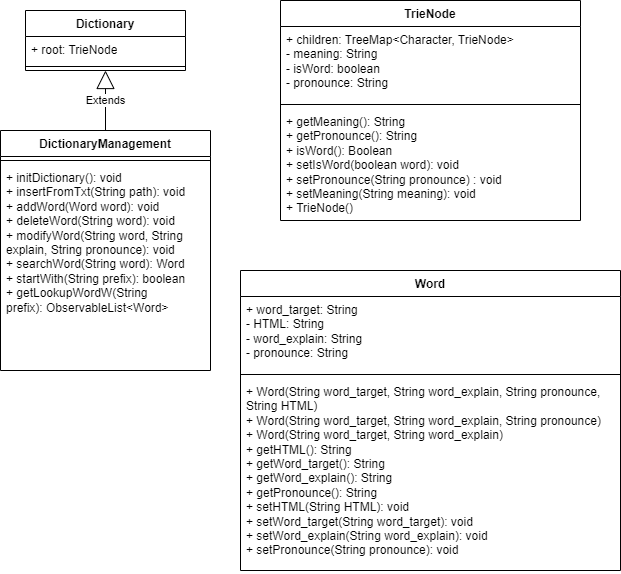
Above: Dictionary.drawio.png in Thangvu21/Project-OOP (draw.io), before the change. Source tidied: cells renumbered, new cells last; positions are measured from the earlier drawing's top-left corner, leaving out a move shared by most shapes.
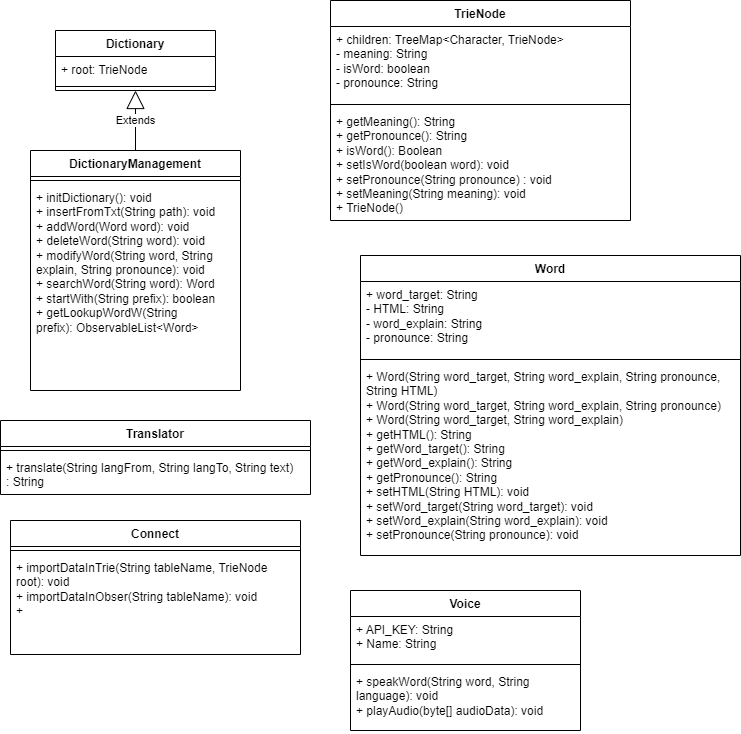
The same diagram one commit later.

What changed in the source:
```diff
@@ -3,7 +3,7 @@
     <mxCell id="0" />
     <mxCell id="1" parent="0" />
     <mxCell id="2" value="TrieNode" style="swimlane;fontStyle=1;align=center;verticalAlign=top;horizontal=1;startSize=26;whiteSpace=wrap;html=1;" parent="1" vertex="1">
-      <mxGeometry x="280" width="300" height="220" as="geometry" />
+      <mxGeometry x="300" y="-20" width="300" height="220" as="geometry" />
     </mxCell>
     <mxCell id="3" value="+ children:&amp;nbsp;TreeMap&amp;lt;Character, TrieNode&amp;gt;&lt;br&gt;- meaning: String&lt;br&gt;- isWord: boolean&lt;br&gt;- pronounce: String" style="text;strokeColor=none;fillColor=none;align=left;verticalAlign=top;spacingLeft=4;spacingRight=4;overflow=hidden;whiteSpace=wrap;html=1;" parent="2" vertex="1">
       <mxGeometry y="26" width="300" height="74" as="geometry" />
@@ -36,7 +36,7 @@
       <mxGeometry relative="1" as="geometry" />
     </mxCell>
     <mxCell id="13" value="Word" style="swimlane;fontStyle=1;align=center;verticalAlign=top;horizontal=1;startSize=26;whiteSpace=wrap;html=1;" parent="1" vertex="1">
-      <mxGeometry x="240" y="270" width="380" height="300" as="geometry" />
+      <mxGeometry x="330" y="235" width="380" height="300" as="geometry" />
     </mxCell>
     <mxCell id="14" value="+ word_target: String&lt;br&gt;- HTML: String&lt;br&gt;- word_explain: String&lt;br&gt;-&amp;nbsp;pronounce: String" style="text;strokeColor=none;fillColor=none;align=left;verticalAlign=top;spacingLeft=4;spacingRight=4;overflow=hidden;whiteSpace=wrap;html=1;" parent="13" vertex="1">
       <mxGeometry y="26" width="380" height="74" as="geometry" />
@@ -47,5 +47,35 @@
     <mxCell id="16" value="+ Word(String word_target, String word_explain, String pronounce, String HTML)&lt;br&gt;+&amp;nbsp;Word(String word_target, String word_explain, String pronounce)&lt;br&gt;+&amp;nbsp;Word(String word_target, String word_explain)&lt;br&gt;+&amp;nbsp;getHTML(): String&lt;br&gt;+&amp;nbsp;getWord_target(): String&lt;br&gt;+&amp;nbsp;getWord_explain(): String&lt;br&gt;+&amp;nbsp;getPronounce(): String&lt;br&gt;+&amp;nbsp;setHTML(String HTML): void&lt;br&gt;+ setWord_target(String word_target): void&lt;br&gt;+&amp;nbsp;setWord_explain(String word_explain): void&lt;br&gt;+&amp;nbsp;setPronounce(String pronounce): void" style="text;strokeColor=none;fillColor=none;align=left;verticalAlign=top;spacingLeft=4;spacingRight=4;overflow=hidden;whiteSpace=wrap;html=1;" parent="13" vertex="1">
       <mxGeometry y="108" width="380" height="192" as="geometry" />
     </mxCell>
+    <mxCell id="17" value="Connect" style="swimlane;fontStyle=1;align=center;verticalAlign=top;horizontal=1;startSize=26;whiteSpace=wrap;html=1;" parent="1" vertex="1">
+      <mxGeometry x="-20" y="500" width="290" height="134" as="geometry" />
+    </mxCell>
+    <mxCell id="18" style="line;strokeWidth=1;fillColor=none;align=left;verticalAlign=middle;spacingTop=-1;spacingLeft=3;spacingRight=3;labelPosition=right;strokeColor=inherit;" parent="17" vertex="1">
+      <mxGeometry y="26" width="290" height="8" as="geometry" />
+    </mxCell>
+    <mxCell id="19" value="+ importDataInTrie(String tableName, TrieNode root): void&lt;br&gt;+&amp;nbsp;importDataInObser(String tableName): void&lt;br&gt;+" style="text;strokeColor=none;fillColor=none;align=left;verticalAlign=top;spacingLeft=4;spacingRight=4;overflow=hidden;whiteSpace=wrap;html=1;" parent="17" vertex="1">
+      <mxGeometry y="34" width="290" height="100" as="geometry" />
+    </mxCell>
+    <mxCell id="20" value="Translator" style="swimlane;fontStyle=1;align=center;verticalAlign=top;horizontal=1;startSize=26;whiteSpace=wrap;html=1;" parent="1" vertex="1">
+      <mxGeometry x="-30" y="400" width="310" height="74" as="geometry" />
+    </mxCell>
+    <mxCell id="21" style="line;strokeWidth=1;fillColor=none;align=left;verticalAlign=middle;spacingTop=-1;spacingLeft=3;spacingRight=3;labelPosition=right;strokeColor=inherit;" parent="20" vertex="1">
+      <mxGeometry y="26" width="310" height="8" as="geometry" />
+    </mxCell>
+    <mxCell id="22" value="+&amp;nbsp;translate(String langFrom, String langTo, String text) :&amp;nbsp;String&lt;br&gt;" style="text;strokeColor=none;fillColor=none;align=left;verticalAlign=top;spacingLeft=4;spacingRight=4;overflow=hidden;whiteSpace=wrap;html=1;" parent="20" vertex="1">
+      <mxGeometry y="34" width="310" height="40" as="geometry" />
+    </mxCell>
+    <mxCell id="23" value="Voice" style="swimlane;fontStyle=1;align=center;verticalAlign=top;horizontal=1;startSize=26;whiteSpace=wrap;html=1;" parent="1" vertex="1">
+      <mxGeometry x="320" y="570" width="230" height="140" as="geometry" />
+    </mxCell>
+    <mxCell id="24" value="+&amp;nbsp;API_KEY: String&lt;br&gt;+ Name: String" style="text;strokeColor=none;fillColor=none;align=left;verticalAlign=top;spacingLeft=4;spacingRight=4;overflow=hidden;whiteSpace=wrap;html=1;" parent="23" vertex="1">
+      <mxGeometry y="26" width="230" height="44" as="geometry" />
+    </mxCell>
+    <mxCell id="25" style="line;strokeWidth=1;fillColor=none;align=left;verticalAlign=middle;spacingTop=-1;spacingLeft=3;spacingRight=3;labelPosition=right;strokeColor=inherit;" parent="23" vertex="1">
+      <mxGeometry y="70" width="230" height="8" as="geometry" />
+    </mxCell>
+    <mxCell id="26" value="+ speakWord(String word, String language): void&lt;br&gt;+&amp;nbsp;playAudio(byte[] audioData): void" style="text;strokeColor=none;fillColor=none;align=left;verticalAlign=top;spacingLeft=4;spacingRight=4;overflow=hidden;whiteSpace=wrap;html=1;" parent="23" vertex="1">
+      <mxGeometry y="78" width="230" height="62" as="geometry" />
+    </mxCell>
   </root>
 </mxGraphModel>
```
